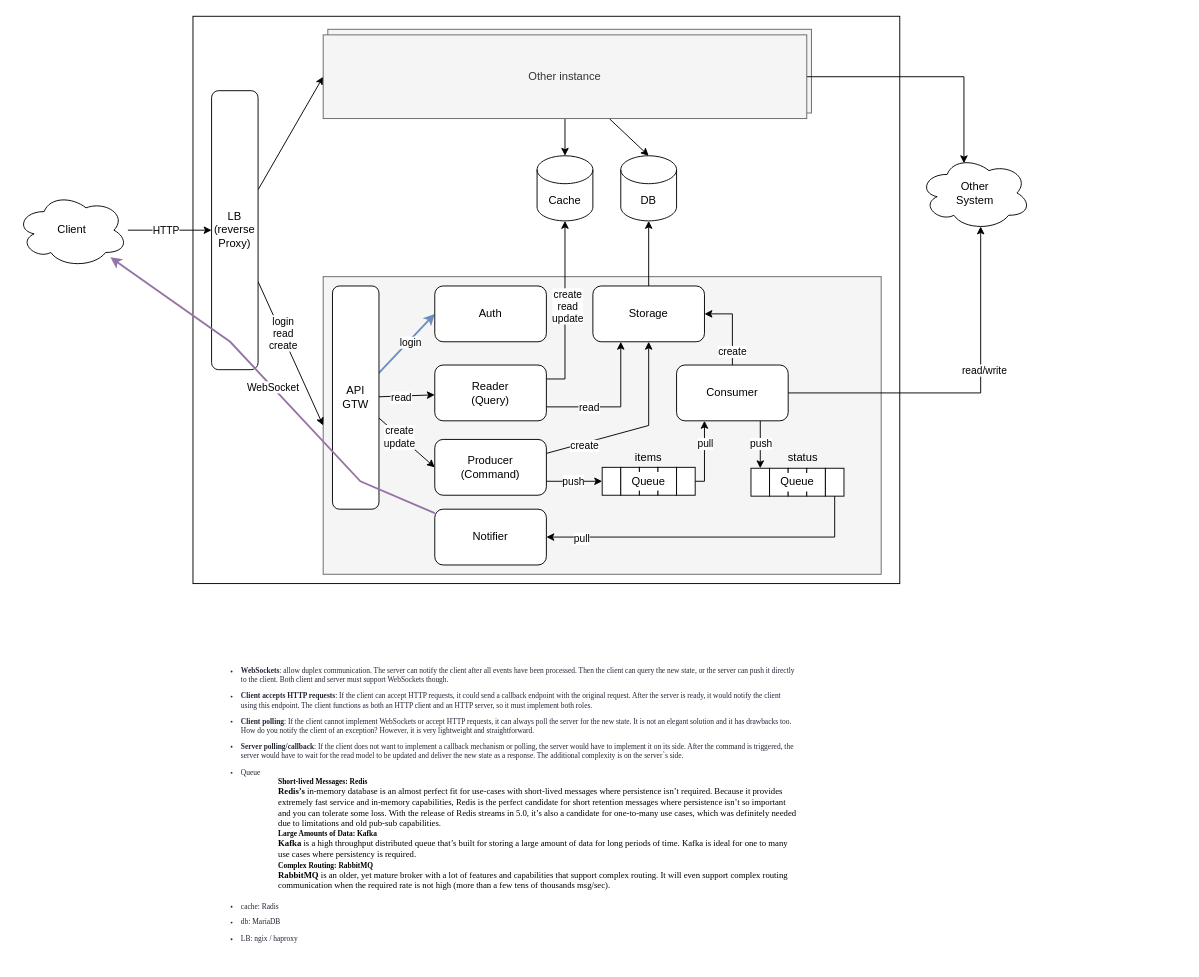
The draw.io diagram docs/cqrs.drawio in enzomar/cqrs, before the edit. Source tidied: cells renumbered, new cells numbered last; positions are measured from the earlier drawing's top-left corner, leaving out a move shared by most shapes. Both pictures are drawn from the tidied source at 93%, with x=0, y=0 at pixel (16, 16).
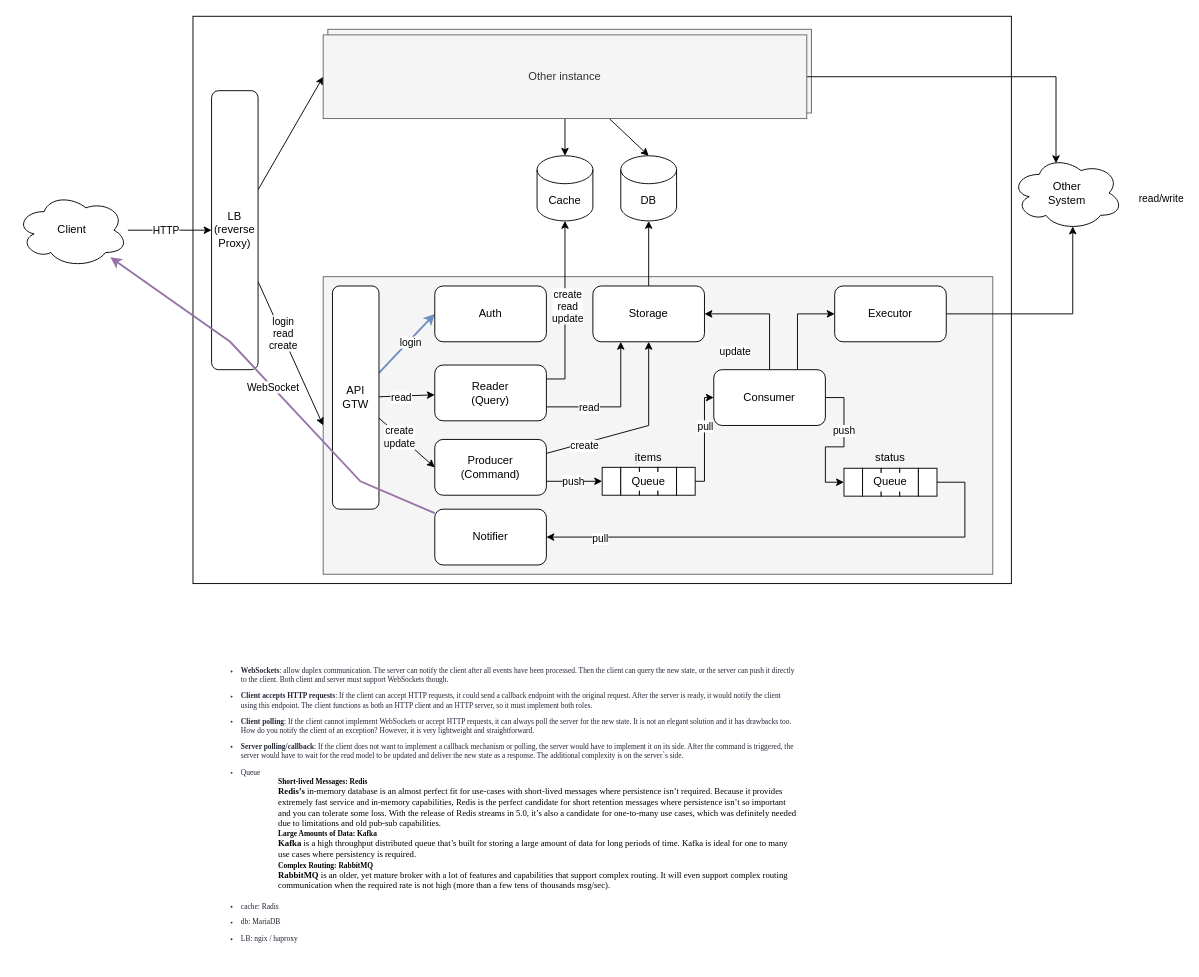
The same page after the edit.

The change refers to these unchanged cells:
```xml
<mxCell id="35" style="rounded=0;whiteSpace=wrap;html=1;" parent="30" vertex="1">
  <mxGeometry x="80" width="20" height="30" as="geometry" />
</mxCell>
<mxCell id="48" value="Other instance" style="rounded=0;whiteSpace=wrap;html=1;fillColor=#f5f5f5;strokeColor=#666666;fontColor=#333333;" parent="1" vertex="1">
  <mxGeometry x="330" y="20" width="520" height="90" as="geometry" />
</mxCell>
<mxCell id="53" value="Notifier" style="rounded=1;whiteSpace=wrap;html=1;" parent="1" vertex="1">
  <mxGeometry x="450" y="530" width="120" height="60" as="geometry" />
</mxCell>
<mxCell id="57" style="rounded=0;whiteSpace=wrap;html=1;" parent="56" vertex="1">
  <mxGeometry width="20" height="30" as="geometry" />
</mxCell>
<mxCell id="61" style="rounded=0;whiteSpace=wrap;html=1;" parent="56" vertex="1">
  <mxGeometry x="80" width="20" height="30" as="geometry" />
</mxCell>
<mxCell id="63" style="edgeStyle=orthogonalEdgeStyle;rounded=0;jettySize=auto;html=1;strokeWidth=1;jumpStyle=arc;entryX=1;entryY=0.5;entryDx=0;entryDy=0;exitX=0.5;exitY=0;exitDx=0;exitDy=0;" parent="1" edge="1" source="29" target="40">
  <mxGeometry relative="1" as="geometry" />
</mxCell>
```

The edit, as a diff of the source:
```diff
@@
     <mxCell id="2" style="rounded=0;whiteSpace=wrap;html=1;" parent="1" vertex="1">
-      <mxGeometry x="190" width="760" height="610" as="geometry" />
+      <mxGeometry x="190" width="880" height="610" as="geometry" />
     </mxCell>
@@
     <mxCell id="4" style="rounded=0;whiteSpace=wrap;html=1;fillColor=#f5f5f5;strokeColor=#666666;fontColor=#333333;" parent="1" vertex="1">
-      <mxGeometry x="330" y="280" width="600" height="320" as="geometry" />
+      <mxGeometry x="330" y="280" width="720" height="320" as="geometry" />
     </mxCell>
@@
-    <mxCell id="25" style="edgeStyle=orthogonalEdgeStyle;rounded=0;jettySize=auto;html=1;entryX=0.55;entryY=0.95;entryDx=0;entryDy=0;entryPerimeter=0;jumpStyle=arc;exitX=1;exitY=0.5;exitDx=0;exitDy=0;" parent="1" edge="1" source="29" target="43">
+    <mxCell id="25" style="edgeStyle=orthogonalEdgeStyle;rounded=0;jettySize=auto;html=1;entryX=0.55;entryY=0.95;entryDx=0;entryDy=0;entryPerimeter=0;jumpStyle=arc;exitX=1;exitY=0.5;exitDx=0;exitDy=0;" parent="1" edge="1" source="70" target="43">
       <mxGeometry relative="1" as="geometry">
         <Array as="points">
-          <mxPoint x="1037" y="405" />
+          <mxPoint x="1136" y="320" />
         </Array>
       </mxGeometry>
     </mxCell>
     <mxCell id="26" value="read/write" style="edgeLabel;html=1;align=center;verticalAlign=middle;" parent="25" vertex="1">
       <mxGeometry x="-0.45" relative="1" as="geometry">
-        <mxPoint x="104.5" y="-25" as="offset" />
+        <mxPoint x="167" y="-125" as="offset" />
       </mxGeometry>
     </mxCell>
-    <mxCell id="27" style="edgeStyle=orthogonalEdgeStyle;rounded=0;jettySize=auto;html=1;entryX=0.5;entryY=0;entryDx=0;entryDy=0;strokeWidth=1;jumpStyle=arc;exitX=0.75;exitY=1;exitDx=0;exitDy=0;" parent="1" edge="1" source="29" target="57">
-      <mxGeometry relative="1" as="geometry">
-        <Array as="points">
-          <mxPoint x="800" y="470" />
-          <mxPoint x="800" y="470" />
-        </Array>
-      </mxGeometry>
+    <mxCell id="27" style="edgeStyle=orthogonalEdgeStyle;rounded=0;jettySize=auto;html=1;entryX=0;entryY=0.5;entryDx=0;entryDy=0;" parent="1" edge="1" source="29" target="57">
+      <mxGeometry relative="1" as="geometry" />
     </mxCell>
     <mxCell id="28" value="push" style="edgeLabel;html=1;align=center;verticalAlign=middle;" parent="27" vertex="1">
-      <mxGeometry x="-0.16" relative="1" as="geometry">
-        <mxPoint y="3.6" as="offset" />
-      </mxGeometry>
+      <mxGeometry x="-0.27" y="-1" relative="1" as="geometry" />
     </mxCell>
+    <mxCell id="69" style="edgeStyle=orthogonalEdgeStyle;rounded=0;jettySize=auto;html=1;entryX=0;entryY=0.5;entryDx=0;entryDy=0;" parent="1" edge="1" source="29" target="70">
+      <mxGeometry relative="1" as="geometry">
+        <Array as="points">
+          <mxPoint x="840" y="320" />
+        </Array>
+      </mxGeometry>
+    </mxCell>
     <mxCell id="29" value="Consumer" style="rounded=1;whiteSpace=wrap;html=1;" parent="1" vertex="1">
-      <mxGeometry x="710" y="375" width="120" height="60" as="geometry" />
+      <mxGeometry x="750" y="380" width="120" height="60" as="geometry" />
     </mxCell>
@@
-    <mxCell id="37" style="edgeStyle=orthogonalEdgeStyle;rounded=0;jettySize=auto;html=1;entryX=0.25;entryY=1;entryDx=0;entryDy=0;" parent="1" edge="1" source="35" target="29">
+    <mxCell id="37" style="edgeStyle=orthogonalEdgeStyle;rounded=0;jettySize=auto;html=1;" parent="1" edge="1" source="35">
       <mxGeometry relative="1" as="geometry">
+        <mxPoint x="750" y="410" as="targetPoint" />
         <Array as="points">
           <mxPoint x="740" y="500" />
+          <mxPoint x="740" y="410" />
         </Array>
       </mxGeometry>
     </mxCell>
@@
     <mxCell id="43" value="Other&lt;br&gt;System" style="ellipse;shape=cloud;whiteSpace=wrap;html=1;" parent="1" vertex="1">
-      <mxGeometry x="971" y="150" width="120" height="80" as="geometry" />
+      <mxGeometry x="1070" y="150" width="120" height="80" as="geometry" />
     </mxCell>
@@
     <mxCell id="47" style="edgeStyle=none;rounded=0;jettySize=auto;html=1;entryX=0.4;entryY=0.1;entryDx=0;entryDy=0;entryPerimeter=0;" parent="1" edge="1" source="48" target="43">
       <mxGeometry relative="1" as="geometry">
         <Array as="points">
-          <mxPoint x="1019" y="65" />
+          <mxPoint x="1118" y="65" />
         </Array>
       </mxGeometry>
     </mxCell>
@@
     <mxCell id="56" style="group;" parent="1" vertex="1">
-      <mxGeometry x="790" y="486" width="100" height="30" as="geometry" />
+      <mxGeometry x="890" y="486" width="100" height="30" as="geometry" />
     </mxCell>
@@
-    <mxCell id="64" value="create" style="edgeLabel;html=1;align=center;verticalAlign=middle;" parent="63" vertex="1">
+    <mxCell id="64" value="update&lt;br&gt;" style="edgeLabel;html=1;align=center;verticalAlign=middle;" parent="63" vertex="1">
       <mxGeometry x="0.84" y="-1" relative="1" as="geometry">
         <mxPoint x="22.6" y="41" as="offset" />
       </mxGeometry>
     </mxCell>
     <mxCell id="65" style="edgeStyle=orthogonalEdgeStyle;rounded=0;jumpStyle=arc;jettySize=auto;html=1;strokeWidth=1;" parent="1" edge="1" source="61" target="53">
       <mxGeometry relative="1" as="geometry">
         <Array as="points">
-          <mxPoint x="880" y="560" />
+          <mxPoint x="1020" y="501" />
+          <mxPoint x="1020" y="560" />
         </Array>
       </mxGeometry>
     </mxCell>
@@
     <mxCell id="68" value="status" style="text;html=1;strokeColor=none;fillColor=none;align=center;verticalAlign=middle;whiteSpace=wrap;rounded=0;" parent="1" vertex="1">
-      <mxGeometry x="826" y="465" width="40" height="20" as="geometry" />
+      <mxGeometry x="920" y="465" width="40" height="20" as="geometry" />
     </mxCell>
+    <mxCell id="70" value="Executor" style="rounded=1;whiteSpace=wrap;html=1;" parent="1" vertex="1">
+      <mxGeometry x="880" y="290" width="120" height="60" as="geometry" />
+    </mxCell>
```
